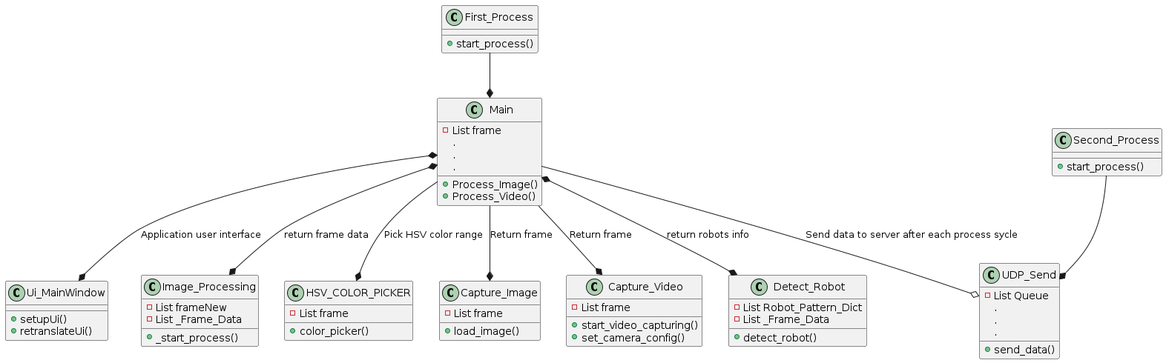
Earlier version of the PlantUML export Images/ApplicationUML.png (SiamMiri/RoboCup-SSLVision).
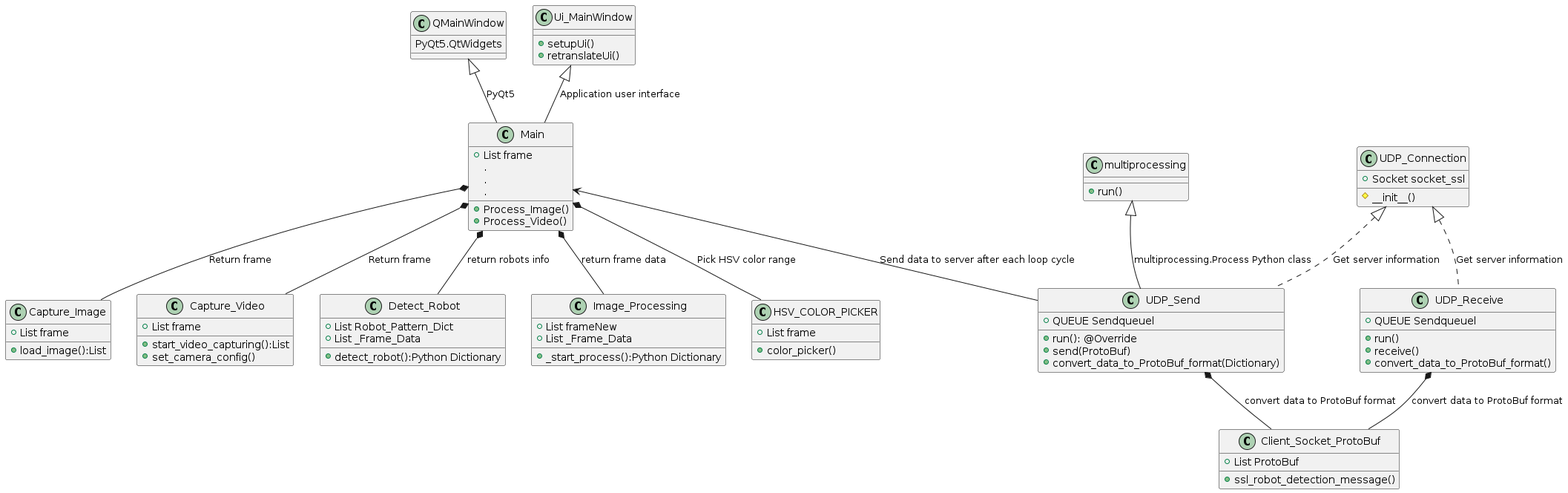
After the change.

Commit message:
Update UML Img

The edit, as a diff of the source:
```diff
@@ -1,14 +1,16 @@
 @startuml
-class First_Process {
-    +start_process()
+
+class QMainWindow {
+PyQt5.QtWidgets
 }
 
-class Second_Process {
-+start_process()
+class Ui_MainWindow {
+  +setupUi()
+  +retranslateUi()
 }
 
 class Main {
-  -List frame
+  +List frame
   .
   .
   .
@@ -18,61 +20,88 @@
 }
 
 class Detect_Robot {
-  -List Robot_Pattern_Dict
-  -List _Frame_Data
+  +List Robot_Pattern_Dict
+  +List _Frame_Data
 
 
-  +detect_robot()
-}
-
-class Ui_MainWindow {
-  +setupUi()
-  +retranslateUi()
+  +detect_robot():Python Dictionary
 }
 
 class Image_Processing {
-  -List frameNew
-  -List _Frame_Data
+  +List frameNew
+  +List _Frame_Data
 
-  +_start_process()
+  +_start_process():Python Dictionary
 }
 
-class UDP_Send {
-  -List Queue
-  .
-  .
-  .
-
-  +send_data()
-}
 
 class HSV_COLOR_PICKER {
-  -List frame
+  +List frame
 
   +color_picker()
 }
 
 class Capture_Image {
-  -List frame
+  +List frame
 
-  +load_image()
+  +load_image():List
 }
 
 class Capture_Video {
-  -List frame
+  +List frame
 
-  +start_video_capturing()
+  +start_video_capturing():List
   +set_camera_config()
 }
 
-First_Process --*  Main
-Second_Process --* UDP_Send
-Main *--* Image_Processing : return frame data
-Main *--* Detect_Robot : return robots info
-Main *--* Ui_MainWindow : Application user interface
-Main --* HSV_COLOR_PICKER : Pick HSV color range
-Main --* Capture_Image : Return frame
-Main --* Capture_Video : Return frame
-Main --o UDP_Send : Send data to server after each process sycle
+class UDP_Connection {
+  +Socket socket_ssl
+
+  #__init__()
+}
+
+class UDP_Send {
+  +QUEUE Sendqueuel
+
+  +run(): @Override
+  +send(ProtoBuf)
+  +convert_data_to_ProtoBuf_format(Dictionary)
+}
+
+class multiprocessing {
+
+  +run()
+}
+
+class UDP_Receive {
+  +QUEUE Sendqueuel
+
+  +run()
+  +receive()
+  +convert_data_to_ProtoBuf_format()
+}
+
+class Client_Socket_ProtoBuf {
+  +List ProtoBuf
+
+  +ssl_robot_detection_message()
+}
+
+Ui_MainWindow <|-- Main : Application user interface
+QMainWindow <|-- Main : PyQt5
+
+multiprocessing <|-- UDP_Send : multiprocessing.Process Python class
+UDP_Connection <|.. UDP_Send : Get server information
+UDP_Connection <|.. UDP_Receive : Get server information
+UDP_Send *-- Client_Socket_ProtoBuf : convert data to ProtoBuf format
+UDP_Receive *-- Client_Socket_ProtoBuf : convert data to ProtoBuf format
+
+Main *-- Image_Processing : return frame data
+Main *-- Detect_Robot : return robots info
+Main *-- HSV_COLOR_PICKER : Pick HSV color range
+Main *-- Capture_Image : Return frame
+Main *-- Capture_Video : Return frame
+
+Main <-- UDP_Send : Send data to server after each loop cycle
 
 @enduml
```
